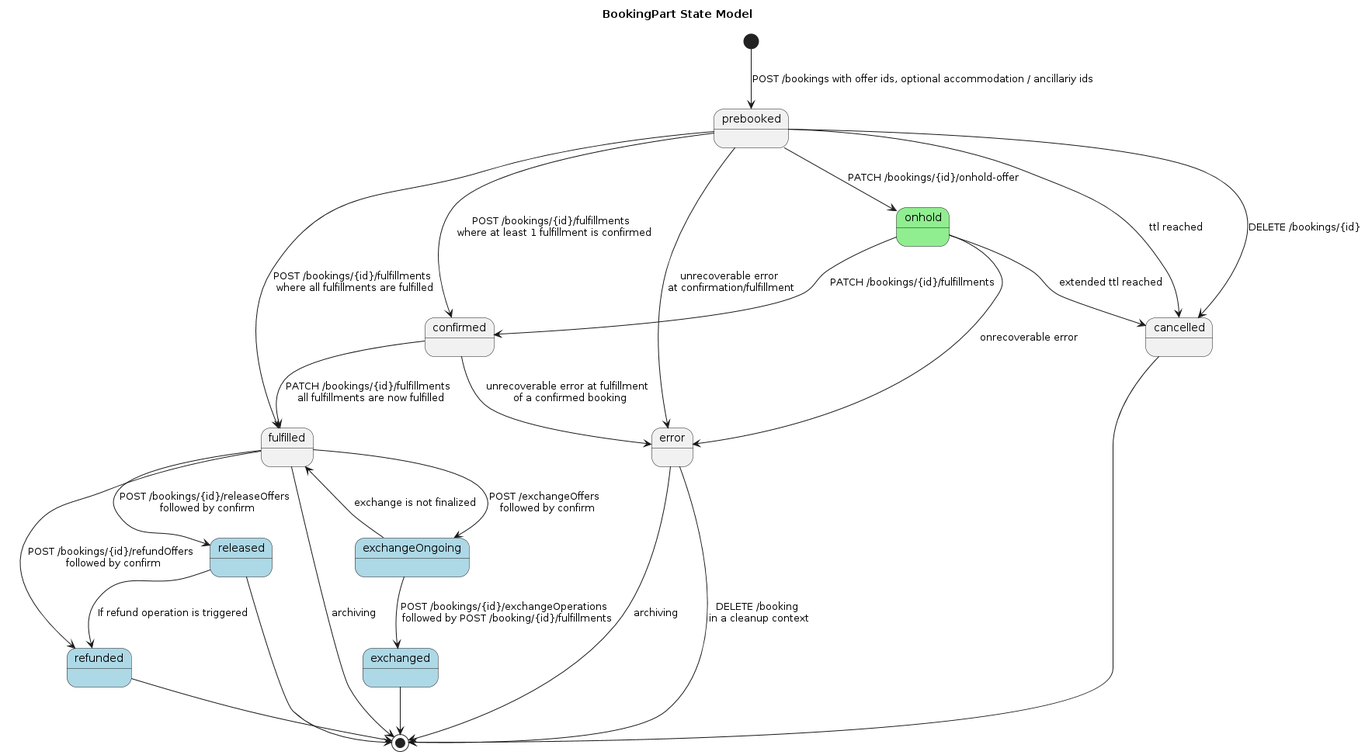
This is images/models/booking-state-model.png from UnionInternationalCheminsdeFer/OSDM, a PlantUML export, as it was before one commit.
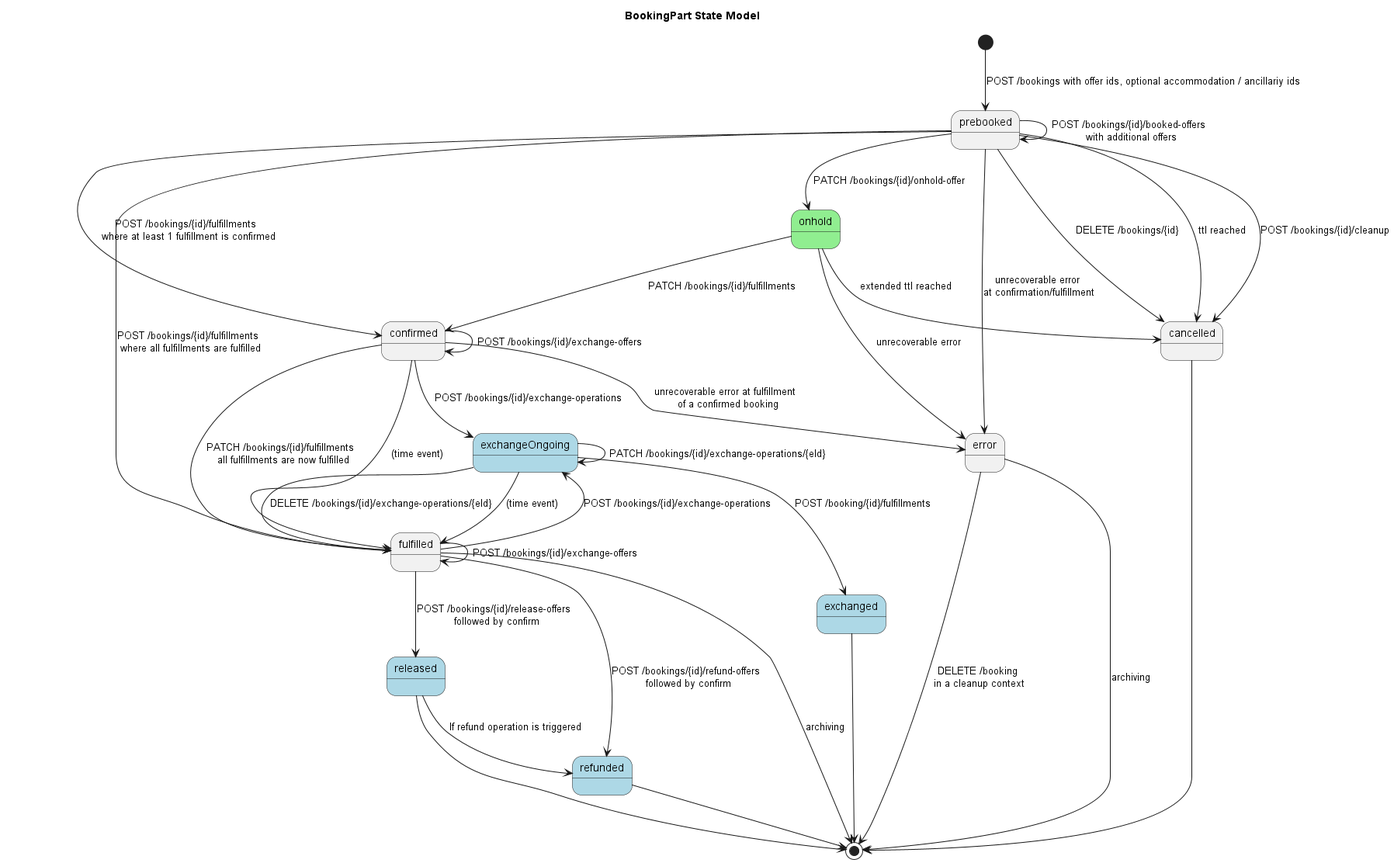
After the commit.

Commit message:
Corrected images for state diagrams

What changed in the source:
```diff
@@ -1,4 +1,5 @@
 @startuml
+
 title "BookingPart State Model"
 
 state onhold #LightGreen
@@ -9,31 +10,39 @@
 state exchanged #LightBlue
 
 [*] --> prebooked : POST /bookings with offer ids, optional accommodation / ancillariy ids
+prebooked --> prebooked: POST /bookings/{id}/booked-offers \n with additional offers
 prebooked --> confirmed: POST /bookings/{id}/fulfillments \n where at least 1 fulfillment is confirmed
 prebooked --> cancelled: DELETE /bookings/{id}
 prebooked --> cancelled: ttl reached
 prebooked --> error: unrecoverable error \nat confirmation/fulfillment
 prebooked --> fulfilled: POST /bookings/{id}/fulfillments \n where all fulfillments are fulfilled
 prebooked --> onhold: PATCH /bookings/{id}/onhold-offer
+prebooked --> cancelled: POST /bookings/{id}/cleanup
 
 onhold --> confirmed: PATCH /bookings/{id}/fulfillments
 onhold --> cancelled: extended ttl reached
-onhold --> error: onrecoverable error
+onhold --> error: unrecoverable error
 
 confirmed --> fulfilled: PATCH /bookings/{id}/fulfillments \n all fulfillments are now fulfilled
+confirmed --> fulfilled: (time event)
 confirmed --> error: unrecoverable error at fulfillment \n of a confirmed booking
+confirmed --> confirmed: POST /bookings/{id}/exchange-offers
+confirmed --> exchangeOngoing: POST /bookings/{id}/exchange-operations
 
-fulfilled --> refunded: POST /bookings/{id}/refundOffers \n followed by confirm
-fulfilled --> exchangeOngoing: POST /exchangeOffers \n followed by confirm
-fulfilled --> released: POST /bookings/{id}/releaseOffers \n followed by confirm
+fulfilled --> refunded: POST /bookings/{id}/refund-offers \n followed by confirm
+fulfilled --> fulfilled: POST /bookings/{id}/exchange-offers
+fulfilled --> exchangeOngoing: POST /bookings/{id}/exchange-operations
+fulfilled --> released: POST /bookings/{id}/release-offers \n followed by confirm
 fulfilled --> [*] : archiving
 
 cancelled --> [*]
 
 refunded --> [*]
 
-exchangeOngoing --> exchanged: POST /bookings/{id}/exchangeOperations \n followed by POST /booking/{id}/fulfillments
-exchangeOngoing --> fulfilled: exchange is not finalized
+exchangeOngoing --> exchangeOngoing: PATCH /bookings/{id}/exchange-operations/{eId}
+exchangeOngoing --> exchanged: POST /booking/{id}/fulfillments
+exchangeOngoing --> fulfilled: DELETE /bookings/{id}/exchange-operations/{eId}
+exchangeOngoing --> fulfilled: (time event)
 
 exchanged --> [*]
 
@@ -42,4 +51,5 @@
 
 error --> [*] : DELETE /booking \nin a cleanup context
 error --> [*] : archiving
+
 @enduml
```
